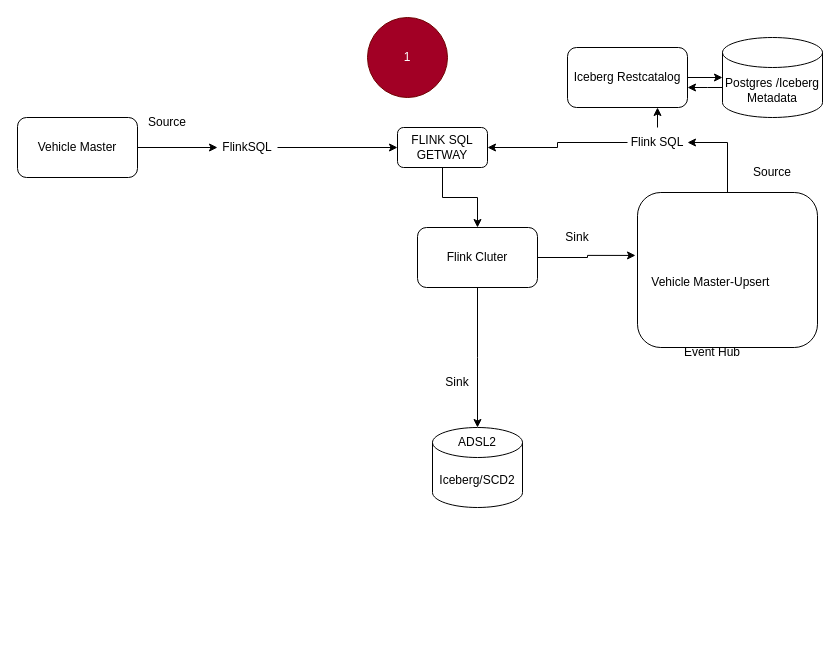
The draw.io diagram page "VehicleMaster-MULTISINK-CDC" (2 of 2) of fleet/LiveFleet-Flow-Diagram.drawio in mkothari19/whitepaper, before the edit. Source tidied: cells renumbered, new cells numbered last; positions are measured from the earlier drawing's top-left corner, leaving out a move shared by most shapes. Both pictures are drawn from the tidied source at 100%, with x=0, y=0 at pixel (17, 17).
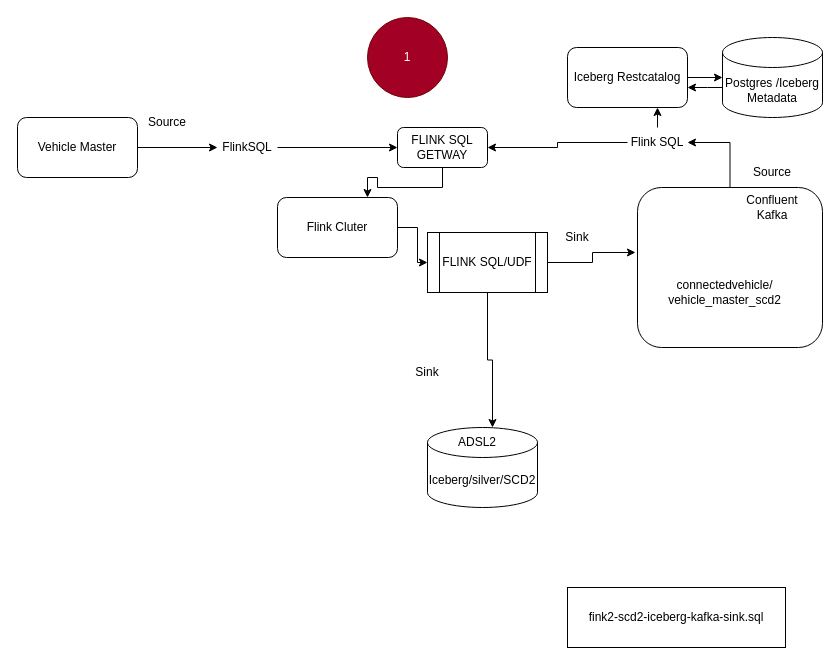
After the change.

Unchanged cells that the change refers to:
```xml
<mxCell id="3" value="FLINK SQL GETWAY" style="rounded=1;whiteSpace=wrap;html=1;" parent="1" vertex="1">
  <mxGeometry x="380" y="110" width="90" height="40" as="geometry" />
</mxCell>
<mxCell id="27" value="ADSL2" style="text;html=1;whiteSpace=wrap;strokeColor=none;fillColor=none;align=center;verticalAlign=middle;rounded=0;" parent="1" vertex="1">
  <mxGeometry x="430" y="410" width="60" height="30" as="geometry" />
</mxCell>
```

What changed in the source:
```diff
@@
-    <mxCell id="2" style="edgeStyle=orthogonalEdgeStyle;rounded=0;jettySize=auto;html=1;defaultLabelBackgroundColor=page;" parent="1" edge="1" source="3" target="5">
+    <mxCell id="2" style="edgeStyle=orthogonalEdgeStyle;rounded=0;jettySize=auto;html=1;entryX=0.75;entryY=0;entryDx=0;entryDy=0;defaultLabelBackgroundColor=page;" parent="1" edge="1" source="3" target="5">
       <mxGeometry relative="1" as="geometry" />
     </mxCell>
@@
-    <mxCell id="4" style="edgeStyle=orthogonalEdgeStyle;rounded=0;jettySize=auto;html=1;defaultLabelBackgroundColor=page;" parent="1" edge="1" source="5">
-      <mxGeometry relative="1" as="geometry">
-        <mxPoint x="460" y="410" as="targetPoint" />
-      </mxGeometry>
-    </mxCell>
     <mxCell id="5" value="Flink Cluter" style="rounded=1;whiteSpace=wrap;html=1;" parent="1" vertex="1">
-      <mxGeometry x="400" y="210" width="120" height="60" as="geometry" />
+      <mxGeometry x="260" y="180" width="120" height="60" as="geometry" />
     </mxCell>
@@
     <mxCell id="11" style="rounded=1;whiteSpace=wrap;html=1;" parent="1" vertex="1">
-      <mxGeometry x="620" y="175" width="180" height="155" as="geometry" />
+      <mxGeometry x="620" y="170" width="185" height="160" as="geometry" />
     </mxCell>
-    <mxCell id="12" value="Event Hub" style="text;html=1;strokeColor=none;fillColor=none;align=center;verticalAlign=middle;whiteSpace=wrap;rounded=0;" parent="1" vertex="1">
-      <mxGeometry x="665" y="320" width="60" height="30" as="geometry" />
+    <mxCell id="12" value="Confluent Kafka" style="text;html=1;strokeColor=none;fillColor=none;align=center;verticalAlign=middle;whiteSpace=wrap;rounded=0;" parent="1" vertex="1">
+      <mxGeometry x="725" y="175" width="60" height="30" as="geometry" />
     </mxCell>
-    <mxCell id="13" value="Vehicle Master-Upsert&amp;nbsp;" style="text;html=1;strokeColor=none;fillColor=none;align=center;verticalAlign=middle;whiteSpace=wrap;rounded=0;" parent="1" vertex="1">
-      <mxGeometry x="630" y="250" width="130" height="30" as="geometry" />
+    <mxCell id="13" value="connectedvehicle/&lt;div&gt;vehicle_master_scd2&lt;/div&gt;" style="text;html=1;strokeColor=none;fillColor=none;align=center;verticalAlign=middle;whiteSpace=wrap;rounded=0;" parent="1" vertex="1">
+      <mxGeometry x="630" y="250" width="155" height="50" as="geometry" />
     </mxCell>
@@
-    <mxCell id="16" value="Iceberg/SCD2" style="shape=cylinder3;whiteSpace=wrap;html=1;boundedLbl=1;backgroundOutline=1;size=15;" parent="1" vertex="1">
-      <mxGeometry x="415" y="410" width="90" height="80" as="geometry" />
+    <mxCell id="16" value="Iceberg/silver/SCD2" style="shape=cylinder3;whiteSpace=wrap;html=1;boundedLbl=1;backgroundOutline=1;size=15;" parent="1" vertex="1">
+      <mxGeometry x="410" y="410" width="110" height="80" as="geometry" />
     </mxCell>
@@
-    <mxCell id="18" style="edgeStyle=orthogonalEdgeStyle;rounded=0;jettySize=auto;html=1;entryX=-0.011;entryY=0.406;entryDx=0;entryDy=0;entryPerimeter=0;defaultLabelBackgroundColor=page;" parent="1" edge="1" source="5" target="11">
+    <mxCell id="18" style="edgeStyle=orthogonalEdgeStyle;rounded=0;jettySize=auto;html=1;entryX=-0.011;entryY=0.406;entryDx=0;entryDy=0;entryPerimeter=0;defaultLabelBackgroundColor=page;" parent="1" edge="1" source="31" target="11">
       <mxGeometry relative="1" as="geometry" />
     </mxCell>
@@
     <mxCell id="26" value="Sink" style="text;html=1;strokeColor=none;fillColor=none;align=center;verticalAlign=middle;whiteSpace=wrap;rounded=0;" parent="1" vertex="1">
-      <mxGeometry x="410" y="350" width="60" height="30" as="geometry" />
+      <mxGeometry x="380" y="340" width="60" height="30" as="geometry" />
     </mxCell>
@@
+    <mxCell id="29" style="edgeStyle=orthogonalEdgeStyle;rounded=0;jettySize=auto;html=1;defaultLabelBackgroundColor=page;" parent="1" edge="1" source="5" target="31">
+      <mxGeometry relative="1" as="geometry" />
+    </mxCell>
+    <mxCell id="30" style="edgeStyle=orthogonalEdgeStyle;rounded=0;jettySize=auto;html=1;entryX=0.75;entryY=0;entryDx=0;entryDy=0;defaultLabelBackgroundColor=page;" parent="1" edge="1" source="31" target="27">
+      <mxGeometry relative="1" as="geometry" />
+    </mxCell>
+    <mxCell id="31" value="FLINK SQL/UDF" style="shape=process;whiteSpace=wrap;html=1;backgroundOutline=1;" parent="1" vertex="1">
+      <mxGeometry x="410" y="215" width="120" height="60" as="geometry" />
+    </mxCell>
+    <mxCell id="32" value="fink2-scd2-iceberg-kafka-sink.sql" style="rounded=0;whiteSpace=wrap;html=1;" parent="1" vertex="1">
+      <mxGeometry x="550" y="570" width="218" height="60" as="geometry" />
+    </mxCell>
```
